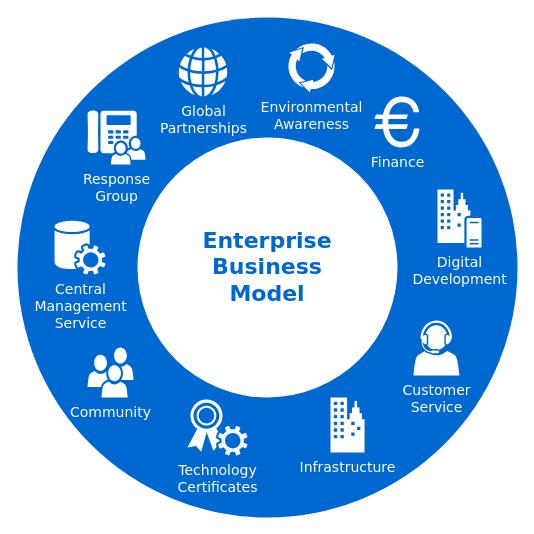
The draw.io diagram 1-python/input/Untitled Diagram.drawio in fudp/10-steps-to-become-a-data-scientist, before the edit. Source tidied: cells renumbered, new cells numbered last; positions are measured from the earlier drawing's top-left corner, leaving out a move shared by most shapes. Both pictures are drawn from the tidied source at 100%, with x=0, y=0 at pixel (17, 17).
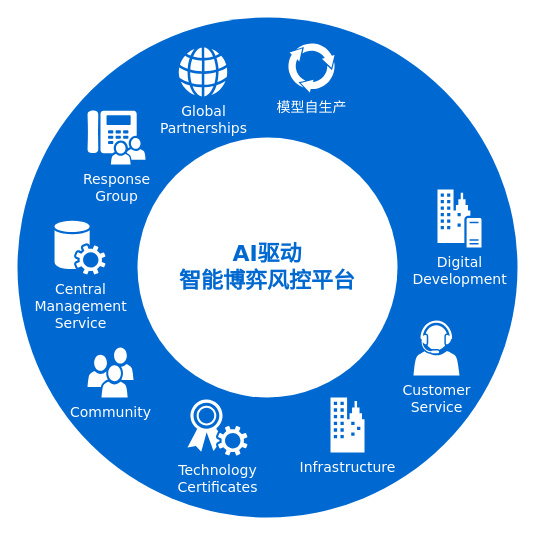
Above is the later version.

The edit, as a diff of the source:
```diff
@@
 <mxGraphModel>
   <root>
     <mxCell id="0" />
     <mxCell id="1" parent="0" />
     <mxCell id="2" style="ellipse;whiteSpace=wrap;html=1;rounded=0;shadow=0;comic=0;strokeWidth=1;fontFamily=Verdana;fontSize=14;strokeColor=none;fillColor=#0069D1;" parent="1" vertex="1">
       <mxGeometry width="500" height="500" as="geometry" />
     </mxCell>
-    <mxCell id="3" value="Enterprise&lt;div&gt;Business&lt;/div&gt;&lt;div&gt;Model&lt;/div&gt;" style="ellipse;whiteSpace=wrap;html=1;rounded=0;shadow=0;comic=0;strokeWidth=1;fontFamily=Verdana;fontSize=22;strokeColor=none;fillColor=#ffffff;fontColor=#0069D1;fontStyle=1;" parent="1" vertex="1">
+    <mxCell id="3" value="AI驱动&lt;br&gt;&lt;div&gt;智能博弈风控平台&lt;/div&gt;" style="ellipse;whiteSpace=wrap;html=1;rounded=0;shadow=0;comic=0;strokeWidth=1;fontFamily=Verdana;fontSize=22;strokeColor=none;fillColor=#ffffff;fontColor=#0069D1;fontStyle=1;" parent="1" vertex="1">
       <mxGeometry x="120" y="120" width="260" height="260" as="geometry" />
     </mxCell>
     <mxCell id="4" value="Community" style="shadow=0;dashed=0;html=1;strokeColor=none;fillColor=#ffffff;labelPosition=center;verticalLabelPosition=bottom;verticalAlign=top;shape=mxgraph.office.users.users;rounded=0;comic=0;fontFamily=Verdana;fontSize=14;fontColor=#FFFFFF;" parent="1" vertex="1">
       <mxGeometry x="70" y="330" width="46" height="50" as="geometry" />
     </mxCell>
     <mxCell id="5" value="Customer&lt;div&gt;Service&lt;/div&gt;" style="shadow=0;dashed=0;html=1;strokeColor=none;fillColor=#ffffff;labelPosition=center;verticalLabelPosition=bottom;verticalAlign=top;shape=mxgraph.office.users.call_center_agent;rounded=0;comic=0;fontFamily=Verdana;fontSize=14;fontColor=#FFFFFF;" parent="1" vertex="1">
       <mxGeometry x="396" y="303" width="46" height="55" as="geometry" />
     </mxCell>
     <mxCell id="6" value="Response&lt;div&gt;Group&lt;/div&gt;" style="shadow=0;dashed=0;html=1;strokeColor=none;fillColor=#ffffff;labelPosition=center;verticalLabelPosition=bottom;verticalAlign=top;shape=mxgraph.office.users.response_group;rounded=0;comic=0;fontFamily=Verdana;fontSize=14;fontColor=#FFFFFF;" parent="1" vertex="1">
       <mxGeometry x="70" y="93" width="58" height="54" as="geometry" />
     </mxCell>
     <mxCell id="7" value="Central&lt;div&gt;Management&lt;/div&gt;&lt;div&gt;Service&lt;/div&gt;" style="shadow=0;dashed=0;html=1;strokeColor=none;fillColor=#ffffff;labelPosition=center;verticalLabelPosition=bottom;verticalAlign=top;shape=mxgraph.office.services.central_management_service;rounded=0;comic=0;fontFamily=Verdana;fontSize=14;fontColor=#FFFFFF;" parent="1" vertex="1">
       <mxGeometry x="37" y="203" width="51" height="54" as="geometry" />
     </mxCell>
     <mxCell id="8" value="Digital&lt;div&gt;Development&lt;/div&gt;" style="shadow=0;dashed=0;html=1;strokeColor=none;fillColor=#ffffff;labelPosition=center;verticalLabelPosition=bottom;verticalAlign=top;shape=mxgraph.office.servers.on_premises_server;rounded=0;comic=0;fontFamily=Verdana;fontSize=14;fontColor=#FFFFFF;" parent="1" vertex="1">
       <mxGeometry x="420" y="172" width="44" height="58" as="geometry" />
     </mxCell>
     <mxCell id="9" value="Technology&lt;div&gt;Certificates&lt;/div&gt;" style="shadow=0;dashed=0;html=1;strokeColor=none;fillColor=#ffffff;labelPosition=center;verticalLabelPosition=bottom;verticalAlign=top;shape=mxgraph.office.security.token_service;rounded=0;comic=0;fontFamily=Verdana;fontSize=14;fontColor=#FFFFFF;" parent="1" vertex="1">
       <mxGeometry x="170" y="382" width="60" height="56" as="geometry" />
     </mxCell>
     <mxCell id="10" value="Infrastructure" style="shadow=0;dashed=0;html=1;strokeColor=none;fillColor=#ffffff;labelPosition=center;verticalLabelPosition=bottom;verticalAlign=top;shape=mxgraph.office.concepts.on_premises;rounded=0;comic=0;fontFamily=Verdana;fontSize=14;fontColor=#FFFFFF;" parent="1" vertex="1">
       <mxGeometry x="313" y="380" width="34" height="55" as="geometry" />
     </mxCell>
     <mxCell id="11" value="Global&lt;div&gt;Partnerships&lt;/div&gt;" style="shadow=0;dashed=0;html=1;strokeColor=none;fillColor=#ffffff;labelPosition=center;verticalLabelPosition=bottom;verticalAlign=top;shape=mxgraph.office.concepts.globe_internet;rounded=0;comic=0;fontFamily=Verdana;fontSize=14;fontColor=#FFFFFF;" parent="1" vertex="1">
       <mxGeometry x="161" y="30" width="49" height="49" as="geometry" />
     </mxCell>
-    <mxCell id="12" value="Environmental&lt;div&gt;Awareness&lt;/div&gt;" style="shadow=0;dashed=0;html=1;strokeColor=none;shape=mxgraph.mscae.general.continuous_cycle;fillColor=#ffffff;rounded=0;comic=0;fontFamily=Verdana;fontSize=14;fontColor=#FFFFFF;verticalAlign=top;labelPosition=center;verticalLabelPosition=bottom;align=center;" parent="1" vertex="1">
+    <mxCell id="12" value="&lt;span style=&quot;background-color: initial;&quot;&gt;模型自生产&lt;/span&gt;" style="shadow=0;dashed=0;html=1;strokeColor=none;shape=mxgraph.mscae.general.continuous_cycle;fillColor=#ffffff;rounded=0;comic=0;fontFamily=Verdana;fontSize=14;fontColor=#FFFFFF;verticalAlign=top;labelPosition=center;verticalLabelPosition=bottom;align=center;" parent="1" vertex="1">
       <mxGeometry x="270" y="25" width="48" height="50" as="geometry" />
     </mxCell>
-    <mxCell id="13" value="Finance" style="shape=mxgraph.signs.travel.euro;html=1;fillColor=#ffffff;strokeColor=none;verticalLabelPosition=bottom;verticalAlign=top;align=center;rounded=0;shadow=0;dashed=0;comic=0;fontFamily=Verdana;fontSize=14;fontColor=#FFFFFF;" parent="1" vertex="1">
-      <mxGeometry x="357" y="79" width="45" height="51" as="geometry" />
-    </mxCell>
   </root>
 </mxGraphModel>
```
